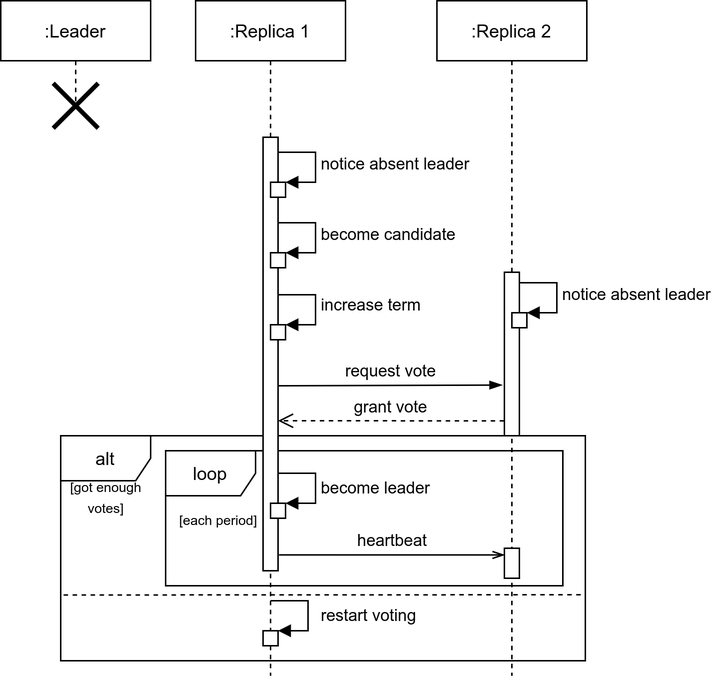
Before: images/sequence/LeaderElection.png, a diagram exported from draw.io (Boffmann/masterThesis). Source tidied: cells renumbered, new cells last; positions are measured from the earlier drawing's top-left corner, leaving out a move shared by most shapes.
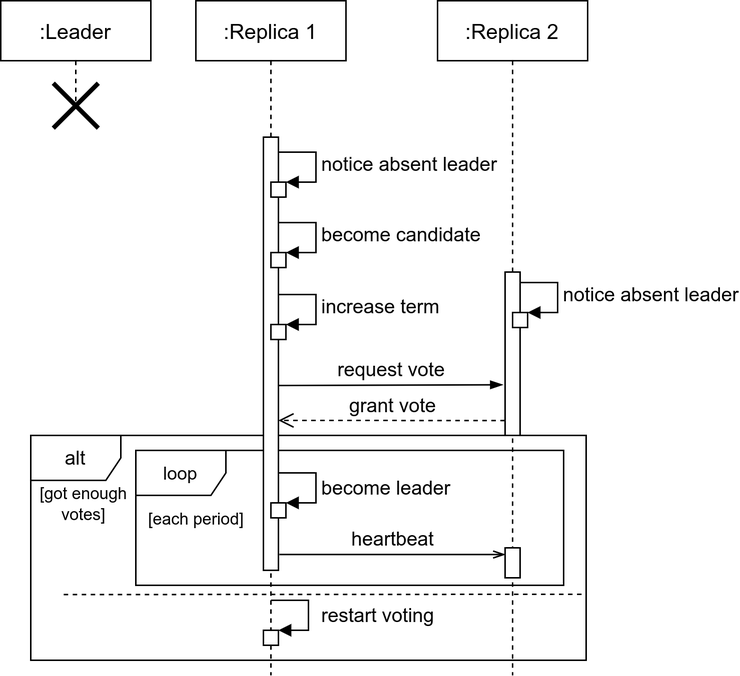
The same diagram one commit later.

The edit, as a diff of the source:
```diff
@@ -2,24 +2,24 @@
   <root>
     <mxCell id="0" />
     <mxCell id="1" parent="0" />
-    <mxCell id="2" value="alt" style="shape=umlFrame;whiteSpace=wrap;html=1;" parent="1" vertex="1">
-      <mxGeometry x="40" y="290" width="350" height="150" as="geometry" />
+    <mxCell id="2" value="&lt;font style=&quot;font-size: 13px&quot;&gt;alt&lt;/font&gt;" style="shape=umlFrame;whiteSpace=wrap;html=1;" parent="1" vertex="1">
+      <mxGeometry x="20" y="290" width="370" height="150" as="geometry" />
     </mxCell>
     <mxCell id="3" value="loop" style="shape=umlFrame;whiteSpace=wrap;html=1;" parent="1" vertex="1">
-      <mxGeometry x="110" y="300" width="265" height="90" as="geometry" />
+      <mxGeometry x="90" y="300" width="285" height="90" as="geometry" />
     </mxCell>
-    <mxCell id="4" value="grant vote" style="html=1;verticalAlign=bottom;endArrow=open;dashed=1;endSize=8;entryX=1.129;entryY=0.95;entryDx=0;entryDy=0;entryPerimeter=0;exitX=-0.016;exitY=0.909;exitDx=0;exitDy=0;exitPerimeter=0;" parent="1" edge="1" source="18">
+    <mxCell id="4" value="&lt;font style=&quot;font-size: 13px&quot;&gt;grant vote&lt;/font&gt;" style="html=1;verticalAlign=bottom;endArrow=open;dashed=1;endSize=8;entryX=1.129;entryY=0.95;entryDx=0;entryDy=0;entryPerimeter=0;exitX=-0.016;exitY=0.909;exitDx=0;exitDy=0;exitPerimeter=0;" parent="1" edge="1" source="18">
       <mxGeometry relative="1" as="geometry">
         <mxPoint x="185" y="280" as="targetPoint" />
       </mxGeometry>
     </mxCell>
-    <mxCell id="5" value=":Leader" style="shape=umlLifeline;perimeter=lifelinePerimeter;whiteSpace=wrap;html=1;" parent="1" vertex="1">
+    <mxCell id="5" value="&lt;font style=&quot;font-size: 14px&quot;&gt;:Leader&lt;/font&gt;" style="shape=umlLifeline;perimeter=lifelinePerimeter;whiteSpace=wrap;html=1;" parent="1" vertex="1">
       <mxGeometry width="100" height="70" as="geometry" />
     </mxCell>
     <mxCell id="6" style="shape=umlDestroy;whiteSpace=wrap;html=1;strokeWidth=3;" parent="5" vertex="1">
       <mxGeometry x="35" y="55" width="30" height="30" as="geometry" />
     </mxCell>
-    <mxCell id="7" value=":Replica 1" style="shape=umlLifeline;perimeter=lifelinePerimeter;whiteSpace=wrap;html=1;" parent="1" vertex="1">
+    <mxCell id="7" value="&lt;font style=&quot;font-size: 14px&quot;&gt;:Replica 1&lt;/font&gt;" style="shape=umlLifeline;perimeter=lifelinePerimeter;whiteSpace=wrap;html=1;" parent="1" vertex="1">
       <mxGeometry x="130" width="100" height="450" as="geometry" />
     </mxCell>
     <mxCell id="8" style="html=1;perimeter=orthogonalPerimeter;" parent="7" vertex="1">
@@ -28,7 +28,7 @@
     <mxCell id="9" style="html=1;points=[];perimeter=orthogonalPerimeter;" parent="7" vertex="1">
       <mxGeometry x="50" y="216" width="10" height="10" as="geometry" />
     </mxCell>
-    <mxCell id="10" value="increase term" style="edgeStyle=orthogonalEdgeStyle;html=1;align=left;spacingLeft=2;endArrow=block;rounded=0;entryX=1;entryY=0;" parent="7" edge="1" target="9">
+    <mxCell id="10" value="&lt;font style=&quot;font-size: 13px&quot;&gt;increase term&lt;/font&gt;" style="edgeStyle=orthogonalEdgeStyle;html=1;align=left;spacingLeft=2;endArrow=block;rounded=0;entryX=1;entryY=0;" parent="7" edge="1" target="9">
       <mxGeometry relative="1" as="geometry">
         <mxPoint x="55" y="196" as="sourcePoint" />
         <Array as="points">
@@ -39,7 +39,7 @@
     <mxCell id="11" style="html=1;points=[];perimeter=orthogonalPerimeter;" parent="7" vertex="1">
       <mxGeometry x="50" y="335" width="10" height="10" as="geometry" />
     </mxCell>
-    <mxCell id="12" value="become leader" style="edgeStyle=orthogonalEdgeStyle;html=1;align=left;spacingLeft=2;endArrow=block;rounded=0;entryX=1;entryY=0;" parent="7" edge="1" target="11">
+    <mxCell id="12" value="&lt;font style=&quot;font-size: 13px&quot;&gt;become leader&lt;/font&gt;" style="edgeStyle=orthogonalEdgeStyle;html=1;align=left;spacingLeft=2;endArrow=block;rounded=0;entryX=1;entryY=0;" parent="7" edge="1" target="11">
       <mxGeometry x="0.08" relative="1" as="geometry">
         <mxPoint x="55" y="315" as="sourcePoint" />
         <Array as="points">
@@ -50,7 +50,7 @@
     <mxCell id="13" style="html=1;points=[];perimeter=orthogonalPerimeter;" parent="7" vertex="1">
       <mxGeometry x="45" y="420" width="10" height="10" as="geometry" />
     </mxCell>
-    <mxCell id="14" value="restart voting" style="edgeStyle=orthogonalEdgeStyle;html=1;align=left;spacingLeft=2;endArrow=block;rounded=0;entryX=1;entryY=0;" parent="7" edge="1" target="13">
+    <mxCell id="14" value="&lt;font style=&quot;font-size: 13px&quot;&gt;restart voting&lt;/font&gt;" style="edgeStyle=orthogonalEdgeStyle;html=1;align=left;spacingLeft=2;endArrow=block;rounded=0;entryX=1;entryY=0;" parent="7" edge="1" target="13">
       <mxGeometry x="0.08" y="5" relative="1" as="geometry">
         <mxPoint x="50" y="400" as="sourcePoint" />
         <Array as="points">
@@ -58,13 +58,13 @@
         </Array>
       </mxGeometry>
     </mxCell>
-    <mxCell id="15" value=":Replica 2" style="shape=umlLifeline;perimeter=lifelinePerimeter;whiteSpace=wrap;html=1;" parent="1" vertex="1">
+    <mxCell id="15" value="&lt;font style=&quot;font-size: 14px&quot;&gt;:Replica 2&lt;/font&gt;" style="shape=umlLifeline;perimeter=lifelinePerimeter;whiteSpace=wrap;html=1;" parent="1" vertex="1">
       <mxGeometry x="291" width="100" height="450" as="geometry" />
     </mxCell>
     <mxCell id="16" style="html=1;points=[];perimeter=orthogonalPerimeter;" parent="1" vertex="1">
       <mxGeometry x="180" y="121" width="10" height="10" as="geometry" />
     </mxCell>
-    <mxCell id="17" value="notice absent leader" style="edgeStyle=orthogonalEdgeStyle;html=1;align=left;spacingLeft=2;endArrow=block;rounded=0;entryX=1;entryY=0;" parent="1" edge="1" target="16">
+    <mxCell id="17" value="&lt;font style=&quot;font-size: 13px&quot;&gt;notice absent leader&lt;/font&gt;" style="edgeStyle=orthogonalEdgeStyle;html=1;align=left;spacingLeft=2;endArrow=block;rounded=0;entryX=1;entryY=0;" parent="1" edge="1" target="16">
       <mxGeometry relative="1" as="geometry">
         <mxPoint x="185" y="101" as="sourcePoint" />
         <Array as="points">
@@ -78,7 +78,7 @@
     <mxCell id="19" style="html=1;points=[];perimeter=orthogonalPerimeter;" parent="1" vertex="1">
       <mxGeometry x="341" y="208" width="10" height="10" as="geometry" />
     </mxCell>
-    <mxCell id="20" value="notice absent leader" style="edgeStyle=orthogonalEdgeStyle;html=1;align=left;spacingLeft=2;endArrow=block;rounded=0;entryX=1;entryY=0;" parent="1" edge="1" target="19">
+    <mxCell id="20" value="&lt;font style=&quot;font-size: 13px&quot;&gt;notice absent leader&lt;/font&gt;" style="edgeStyle=orthogonalEdgeStyle;html=1;align=left;spacingLeft=2;endArrow=block;rounded=0;entryX=1;entryY=0;" parent="1" edge="1" target="19">
       <mxGeometry relative="1" as="geometry">
         <mxPoint x="346" y="188" as="sourcePoint" />
         <Array as="points">
@@ -89,7 +89,7 @@
     <mxCell id="21" style="html=1;points=[];perimeter=orthogonalPerimeter;" parent="1" vertex="1">
       <mxGeometry x="180" y="168" width="10" height="10" as="geometry" />
     </mxCell>
-    <mxCell id="22" value="become candidate" style="edgeStyle=orthogonalEdgeStyle;html=1;align=left;spacingLeft=2;endArrow=block;rounded=0;entryX=1;entryY=0;" parent="1" edge="1" target="21">
+    <mxCell id="22" value="&lt;font style=&quot;font-size: 13px&quot;&gt;become candidate&lt;/font&gt;" style="edgeStyle=orthogonalEdgeStyle;html=1;align=left;spacingLeft=2;endArrow=block;rounded=0;entryX=1;entryY=0;" parent="1" edge="1" target="21">
       <mxGeometry relative="1" as="geometry">
         <mxPoint x="185" y="148" as="sourcePoint" />
         <Array as="points">
@@ -97,7 +97,7 @@
         </Array>
       </mxGeometry>
     </mxCell>
-    <mxCell id="23" value="request vote" style="html=1;verticalAlign=bottom;endArrow=blockThin;exitX=1.014;exitY=0.442;exitDx=0;exitDy=0;exitPerimeter=0;endFill=1;entryX=-0.145;entryY=0.69;entryDx=0;entryDy=0;entryPerimeter=0;" parent="1" edge="1" target="18">
+    <mxCell id="23" value="&lt;font style=&quot;font-size: 13px&quot;&gt;request vote&lt;/font&gt;" style="html=1;verticalAlign=bottom;endArrow=blockThin;exitX=1.014;exitY=0.442;exitDx=0;exitDy=0;exitPerimeter=0;endFill=1;entryX=-0.145;entryY=0.69;entryDx=0;entryDy=0;entryPerimeter=0;" parent="1" edge="1" target="18">
       <mxGeometry relative="1" as="geometry">
         <mxPoint x="185.1" y="256.7" as="sourcePoint" />
       </mxGeometry>
@@ -105,16 +105,16 @@
     <mxCell id="24" style="html=1;points=[];perimeter=orthogonalPerimeter;" parent="1" vertex="1">
       <mxGeometry x="336" y="365" width="10" height="20" as="geometry" />
     </mxCell>
-    <mxCell id="25" value="heartbeat" style="html=1;verticalAlign=bottom;endArrow=openThin;exitX=1.067;exitY=0.955;exitDx=0;exitDy=0;exitPerimeter=0;entryX=0.011;entryY=0.223;entryDx=0;entryDy=0;entryPerimeter=0;endFill=0;" parent="1" edge="1" target="24">
+    <mxCell id="25" value="&lt;font style=&quot;font-size: 13px&quot;&gt;heartbeat&lt;/font&gt;" style="html=1;verticalAlign=bottom;endArrow=openThin;exitX=1.067;exitY=0.955;exitDx=0;exitDy=0;exitPerimeter=0;entryX=0.011;entryY=0.223;entryDx=0;entryDy=0;entryPerimeter=0;endFill=0;" parent="1" edge="1" target="24">
       <mxGeometry relative="1" as="geometry">
         <mxPoint x="185.7" y="369.4" as="sourcePoint" />
       </mxGeometry>
     </mxCell>
-    <mxCell id="26" value="&lt;font style=&quot;font-size: 9px&quot;&gt;[each period]&lt;/font&gt;" style="text;html=1;align=center;verticalAlign=middle;" parent="1" vertex="1">
-      <mxGeometry x="110" y="335" width="70" height="20" as="geometry" />
+    <mxCell id="26" value="&lt;font style=&quot;font-size: 11px&quot;&gt;[each period]&lt;/font&gt;" style="text;html=1;align=center;verticalAlign=middle;" parent="1" vertex="1">
+      <mxGeometry x="90" y="335" width="80" height="20" as="geometry" />
     </mxCell>
-    <mxCell id="27" value="&lt;font style=&quot;font-size: 9px&quot;&gt;[got enough&lt;br&gt;votes]&lt;/font&gt;" style="text;html=1;align=center;verticalAlign=middle;" parent="1" vertex="1">
-      <mxGeometry x="40" y="310" width="60" height="40" as="geometry" />
+    <mxCell id="27" value="&lt;font style=&quot;font-size: 11px&quot;&gt;[got enough&lt;br&gt;votes]&lt;/font&gt;" style="text;html=1;align=center;verticalAlign=middle;" parent="1" vertex="1">
+      <mxGeometry x="20" y="320" width="70" height="30" as="geometry" />
     </mxCell>
     <mxCell id="28" style="endArrow=none;dashed=1;html=1;exitX=0.005;exitY=0.492;exitDx=0;exitDy=0;exitPerimeter=0;" parent="1" edge="1">
       <mxGeometry relative="1" as="geometry">
```
